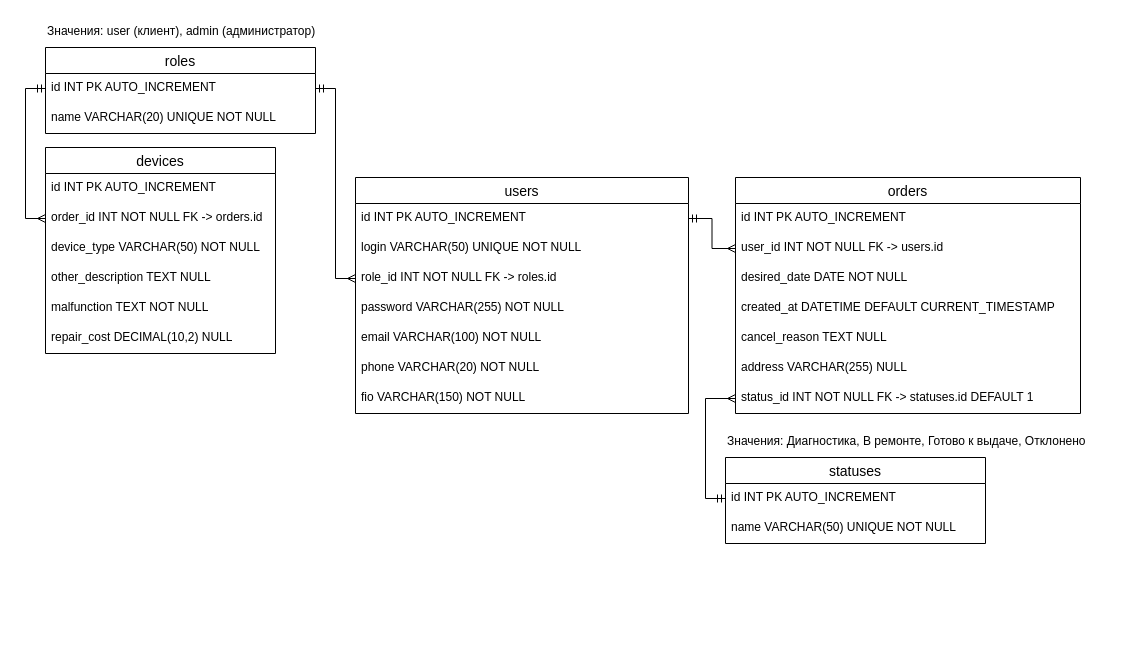
Above: feature/docs/er.drawio in gribnoygames/portal (draw.io), before the change. Source tidied: cells renumbered, new cells numbered last; positions are measured from the earlier drawing's top-left corner, leaving out a move shared by most shapes. Both pictures are drawn from the tidied source at 100%, with x=0, y=0 at pixel (25, 17).
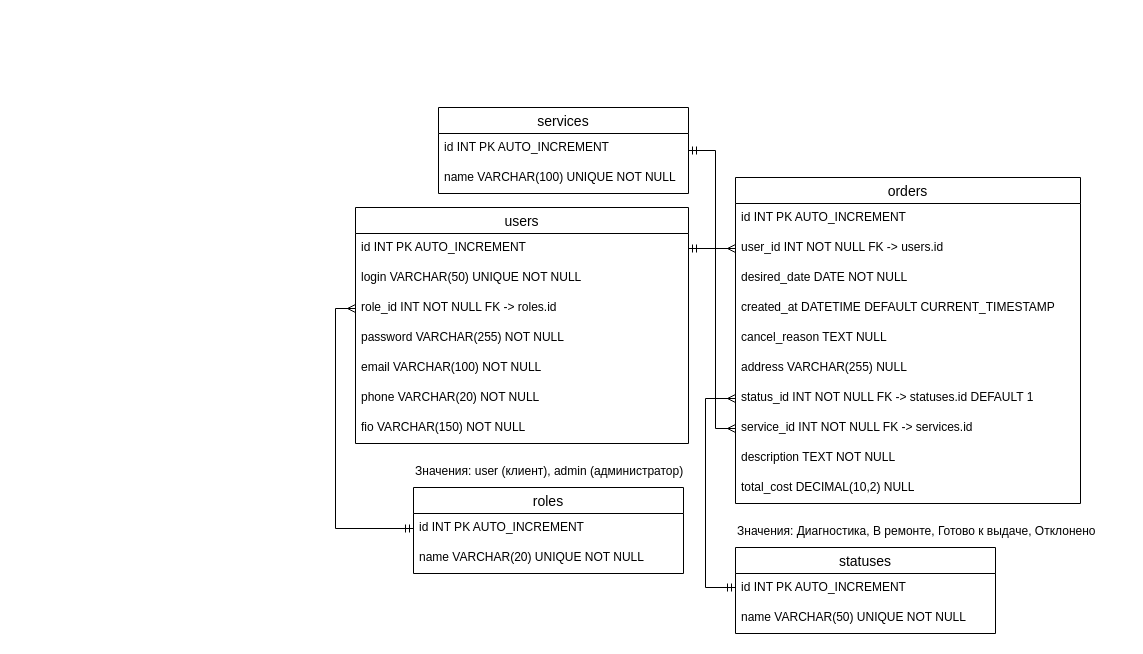
After the change.

Unchanged cells that the change refers to:
```xml
<mxCell id="5" value="role_id INT NOT NULL FK -&amp;gt; roles.id" style="text;strokeColor=none;fillColor=none;spacingLeft=4;spacingRight=4;overflow=hidden;points=[[0,0.5],[1,0.5]];portConstraint=eastwest;fontSize=12;whiteSpace=wrap;html=1;" parent="2" vertex="1">
  <mxGeometry y="86" width="333" height="30" as="geometry" />
</mxCell>
<mxCell id="17" value="status_id INT NOT NULL FK -&amp;gt; statuses.id DEFAULT 1" style="text;strokeColor=none;fillColor=none;spacingLeft=4;spacingRight=4;overflow=hidden;points=[[0,0.5],[1,0.5]];portConstraint=eastwest;fontSize=12;whiteSpace=wrap;html=1;" parent="10" vertex="1">
  <mxGeometry y="206" width="345" height="30" as="geometry" />
</mxCell>
<mxCell id="20" value="id INT PK AUTO_INCREMENT" style="text;strokeColor=none;fillColor=none;spacingLeft=4;spacingRight=4;overflow=hidden;points=[[0,0.5],[1,0.5]];portConstraint=eastwest;fontSize=12;whiteSpace=wrap;html=1;" parent="19" vertex="1">
  <mxGeometry y="26" width="270" height="30" as="geometry" />
</mxCell>
<mxCell id="23" value="id INT PK AUTO_INCREMENT" style="text;strokeColor=none;fillColor=none;spacingLeft=4;spacingRight=4;overflow=hidden;points=[[0,0.5],[1,0.5]];portConstraint=eastwest;fontSize=12;whiteSpace=wrap;html=1;" parent="22" vertex="1">
  <mxGeometry y="26" width="260" height="30" as="geometry" />
</mxCell>
```

The edit, as a diff of the source:
```diff
@@
     <mxCell id="2" value="users" style="swimlane;fontStyle=0;horizontal=1;startSize=26;align=center;fontSize=14;" parent="1" vertex="1">
-      <mxGeometry x="330" y="160" width="333" height="236" as="geometry" />
+      <mxGeometry x="330" y="190" width="333" height="236" as="geometry" />
     </mxCell>
@@
     <mxCell id="10" value="orders" style="swimlane;fontStyle=0;horizontal=1;startSize=26;align=center;fontSize=14;" parent="1" vertex="1">
-      <mxGeometry x="710" y="160" width="345" height="236" as="geometry" />
+      <mxGeometry x="710" y="160" width="345" height="326" as="geometry" />
     </mxCell>
@@
+    <mxCell id="37" value="service_id INT NOT NULL FK -&amp;gt; services.id" style="text;strokeColor=none;fillColor=none;spacingLeft=4;spacingRight=4;overflow=hidden;points=[[0,0.5],[1,0.5]];portConstraint=eastwest;fontSize=12;whiteSpace=wrap;html=1;" parent="10" vertex="1">
+      <mxGeometry y="236" width="345" height="30" as="geometry" />
+    </mxCell>
+    <mxCell id="38" value="description TEXT NOT NULL" style="text;strokeColor=none;fillColor=none;spacingLeft=4;spacingRight=4;overflow=hidden;fontSize=12;whiteSpace=wrap;html=1;" parent="10" vertex="1">
+      <mxGeometry y="266" width="345" height="30" as="geometry" />
+    </mxCell>
+    <mxCell id="39" value="total_cost DECIMAL(10,2) NULL" style="text;strokeColor=none;fillColor=none;spacingLeft=4;spacingRight=4;overflow=hidden;fontSize=12;whiteSpace=wrap;html=1;" parent="10" vertex="1">
+      <mxGeometry y="296" width="345" height="30" as="geometry" />
+    </mxCell>
@@
     <mxCell id="19" value="roles" style="swimlane;fontStyle=0;horizontal=1;startSize=26;align=center;fontSize=14;" parent="1" vertex="1">
-      <mxGeometry x="20" y="30" width="270" height="86" as="geometry" />
+      <mxGeometry x="388" y="470" width="270" height="86" as="geometry" />
     </mxCell>
@@
     <mxCell id="22" value="statuses" style="swimlane;fontStyle=0;horizontal=1;startSize=26;align=center;fontSize=14;" parent="1" vertex="1">
-      <mxGeometry x="700" y="440" width="260" height="86" as="geometry" />
+      <mxGeometry x="710" y="530" width="260" height="86" as="geometry" />
     </mxCell>
@@
+    <mxCell id="40" style="edgeStyle=orthogonalEdgeStyle;rounded=0;jettySize=auto;html=1;entryX=0;entryY=0.5;entryDx=0;entryDy=0;defaultLabelBackgroundColor=page;startArrow=ERmandOne;startFill=0;endArrow=ERmany;endFill=0;" parent="1" edge="1" source="25" target="37">
+      <mxGeometry relative="1" as="geometry">
+        <Array as="points">
+          <mxPoint x="690" y="133" />
+          <mxPoint x="690" y="411" />
+        </Array>
+      </mxGeometry>
+    </mxCell>
-    <mxCell id="25" value="devices" style="swimlane;fontStyle=0;horizontal=1;startSize=26;align=center;fontSize=14;" parent="1" vertex="1">
-      <mxGeometry x="20" y="130" width="230" height="206" as="geometry" />
+    <mxCell id="25" value="services" style="swimlane;fontStyle=0;horizontal=1;startSize=26;align=center;fontSize=14;" parent="1" vertex="1">
+      <mxGeometry x="413" y="90" width="250" height="86" as="geometry" />
     </mxCell>
     <mxCell id="26" value="id INT PK AUTO_INCREMENT" style="text;strokeColor=none;fillColor=none;spacingLeft=4;spacingRight=4;overflow=hidden;fontSize=12;whiteSpace=wrap;html=1;" parent="25" vertex="1">
-      <mxGeometry y="26" width="230" height="30" as="geometry" />
+      <mxGeometry y="26" width="250" height="30" as="geometry" />
     </mxCell>
-    <mxCell id="27" value="order_id INT NOT NULL FK -&amp;gt; orders.id" style="text;strokeColor=none;fillColor=none;spacingLeft=4;spacingRight=4;overflow=hidden;points=[[0,0.5],[1,0.5]];portConstraint=eastwest;fontSize=12;whiteSpace=wrap;html=1;" parent="25" vertex="1">
-      <mxGeometry y="56" width="230" height="30" as="geometry" />
-    </mxCell>
-    <mxCell id="28" value="device_type VARCHAR(50) NOT NULL" style="text;strokeColor=none;fillColor=none;spacingLeft=4;spacingRight=4;overflow=hidden;fontSize=12;whiteSpace=wrap;html=1;" parent="25" vertex="1">
-      <mxGeometry y="86" width="230" height="30" as="geometry" />
-    </mxCell>
-    <mxCell id="29" value="other_description TEXT NULL" style="text;strokeColor=none;fillColor=none;spacingLeft=4;spacingRight=4;overflow=hidden;fontSize=12;whiteSpace=wrap;html=1;" parent="25" vertex="1">
-      <mxGeometry y="116" width="230" height="30" as="geometry" />
-    </mxCell>
-    <mxCell id="30" value="malfunction TEXT NOT NULL" style="text;strokeColor=none;fillColor=none;spacingLeft=4;spacingRight=4;overflow=hidden;fontSize=12;whiteSpace=wrap;html=1;" parent="25" vertex="1">
-      <mxGeometry y="146" width="230" height="30" as="geometry" />
-    </mxCell>
-    <mxCell id="31" value="repair_cost DECIMAL(10,2) NULL" style="text;strokeColor=none;fillColor=none;spacingLeft=4;spacingRight=4;overflow=hidden;fontSize=12;whiteSpace=wrap;html=1;" parent="25" vertex="1">
-      <mxGeometry y="176" width="230" height="30" as="geometry" />
+    <mxCell id="31" value="name VARCHAR(100) UNIQUE NOT NULL" style="text;strokeColor=none;fillColor=none;spacingLeft=4;spacingRight=4;overflow=hidden;fontSize=12;whiteSpace=wrap;html=1;" parent="25" vertex="1">
+      <mxGeometry y="56" width="250" height="30" as="geometry" />
     </mxCell>
     <mxCell id="32" style="edgeStyle=orthogonalEdgeStyle;rounded=0;jettySize=auto;html=1;defaultLabelBackgroundColor=page;startArrow=ERmany;startFill=0;endArrow=ERmandOne;endFill=0;" parent="1" edge="1" source="17" target="23">
-      <mxGeometry x="0.01" relative="1" as="geometry">
+      <mxGeometry x="-0.02" relative="1" as="geometry">
         <Array as="points">
           <mxPoint x="680" y="381" />
-          <mxPoint x="680" y="481" />
+          <mxPoint x="680" y="570" />
         </Array>
       </mxGeometry>
     </mxCell>
     <mxCell id="33" style="edgeStyle=orthogonalEdgeStyle;rounded=0;jettySize=auto;html=1;defaultLabelBackgroundColor=page;startArrow=ERmany;startFill=0;endArrow=ERmandOne;endFill=0;" parent="1" edge="1" source="5" target="20">
-      <mxGeometry relative="1" as="geometry" />
+      <mxGeometry relative="1" as="geometry">
+        <Array as="points">
+          <mxPoint x="310" y="291" />
+          <mxPoint x="310" y="511" />
+        </Array>
+      </mxGeometry>
     </mxCell>
-    <mxCell id="34" style="edgeStyle=orthogonalEdgeStyle;rounded=0;jettySize=auto;html=1;defaultLabelBackgroundColor=page;startArrow=ERmany;startFill=0;endArrow=ERmandOne;endFill=0;" parent="1" edge="1" source="27" target="20">
-      <mxGeometry relative="1" as="geometry">
-        <Array as="points">
-          <mxPoint y="201" />
-          <mxPoint y="71" />
-        </Array>
-      </mxGeometry>
-    </mxCell>
     <mxCell id="35" value="Значения: Диагностика, В ремонте, Готово к выдаче, Отклонено" style="text;whiteSpace=wrap;" parent="1" vertex="1">
-      <mxGeometry x="700" y="410" width="390" height="30" as="geometry" />
+      <mxGeometry x="710" y="500" width="390" height="30" as="geometry" />
     </mxCell>
     <mxCell id="36" value="Значения: user (клиент), admin (администратор)" style="text;whiteSpace=wrap;" parent="1" vertex="1">
-      <mxGeometry x="20" width="300" height="30" as="geometry" />
+      <mxGeometry x="388" y="440" width="300" height="30" as="geometry" />
     </mxCell>
```
